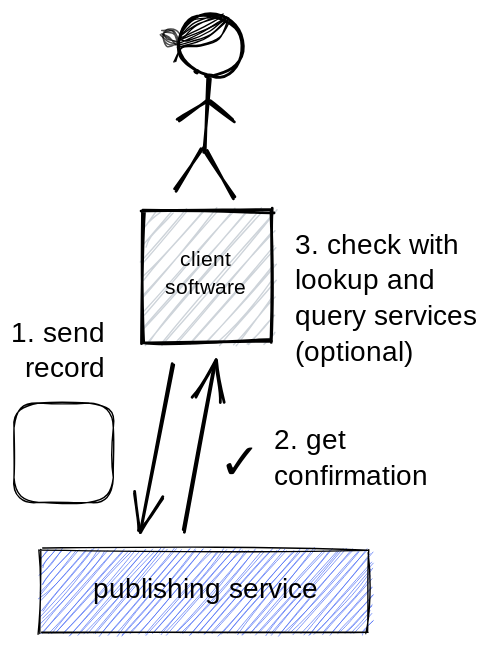
Before: images/publishing.svg, a diagram exported from Excalidraw (tkuhn/knowledge-space). Source tidied: one line per element, renumbered; positions are measured from the earlier drawing's top-left corner, leaving out a move shared by most shapes.
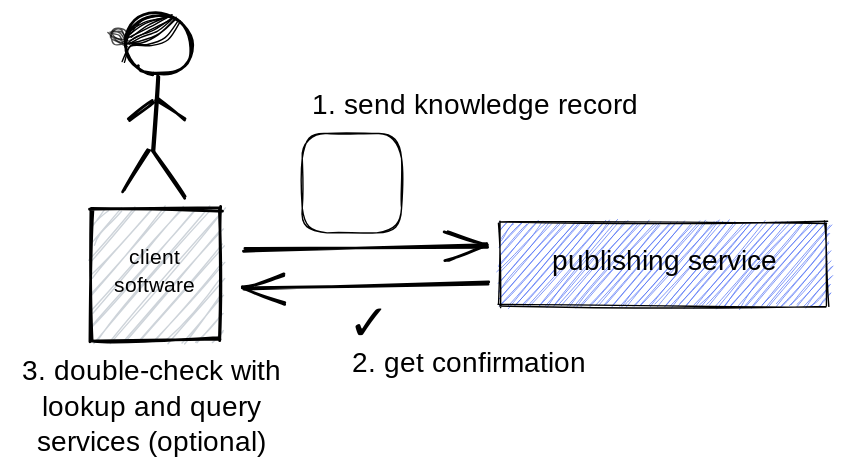
Above is the later version.

Change to the diagram source:
```diff
@@ -1,28 +1,28 @@
-{"id": 0, "type": "ellipse", "strokeColor": "#000000", "angle": 3.54, "strokeWidth": 2, "roughness": 1, "x": 117, "y": 0, "width": 47, "height": 43}
-{"id": 1, "type": "line", "strokeColor": "#000000", "backgroundColor": "#ced4da", "fillStyle": "solid", "strokeWidth": 2, "roughness": 1, "x": 139, "y": 45, "width": 2, "height": 53, "points": [[0, 0], [-2, 53]]}
-{"id": 2, "type": "line", "strokeColor": "#000000", "backgroundColor": "#ced4da", "fillStyle": "solid", "strokeWidth": 2, "roughness": 1, "x": 137, "y": 98, "width": 21, "height": 32, "points": [[0, 0], [21, 32]]}
-{"id": 3, "type": "line", "strokeColor": "#000000", "backgroundColor": "#ced4da", "fillStyle": "solid", "strokeWidth": 2, "roughness": 1, "x": 134, "y": 96, "width": 18, "height": 30, "points": [[0, 0], [-18, 30]]}
-{"id": 4, "type": "line", "strokeColor": "#000000", "backgroundColor": "#ced4da", "fillStyle": "solid", "strokeWidth": 2, "roughness": 1, "x": 118, "y": 76, "width": 19, "height": 14, "points": [[0, 0], [19, -14]]}
-{"id": 5, "type": "line", "strokeColor": "#000000", "backgroundColor": "#ced4da", "fillStyle": "solid", "strokeWidth": 2, "roughness": 1, "x": 139, "y": 62, "width": 19, "height": 14, "points": [[0, 0], [19, 14]]}
-{"id": 6, "type": "line", "strokeColor": "#000000", "strokeWidth": 1, "roughness": 1, "x": 154, "y": 4, "width": 39, "height": 29, "points": [[0, 0], [-8, 13], [-21, 19], [-33, 19], [-39, 29]]}
-{"id": 7, "type": "line", "strokeColor": "#000000", "strokeWidth": 1, "roughness": 1, "x": 152, "y": 3, "width": 34, "height": 19, "points": [[0, 0], [-11, 11], [-24, 17], [-34, 19]]}
-{"id": 8, "type": "line", "strokeColor": "#000000", "strokeWidth": 1, "roughness": 1, "x": 149, "y": 1, "width": 30, "height": 15, "points": [[0, 0], [-18, 6], [-30, 15]]}
-{"id": 9, "type": "line", "strokeColor": "#000000", "strokeWidth": 1, "roughness": 1, "x": 151, "y": 3, "width": 32, "height": 16, "points": [[0, 0], [-12, 9], [-25, 14], [-32, 16]]}
-{"id": 10, "type": "line", "strokeColor": "#000000", "strokeWidth": 1, "roughness": 1, "x": 150, "y": 2, "width": 31, "height": 15, "points": [[0, 0], [-15, 8], [-31, 15]]}
-{"id": 11, "type": "line", "strokeColor": "#000000", "strokeWidth": 1, "roughness": 1, "x": 146, "y": 1, "width": 26, "height": 13, "points": [[0, 0], [-17, 5], [-26, 13]]}
-{"id": 12, "type": "line", "strokeColor": "#000000", "strokeWidth": 1, "roughness": 1, "opacity": 70, "x": 117, "y": 22, "width": 13, "height": 11, "points": [[0, 0], [-7, -1], [-11, -5], [-9, -11], [-2, -11], [2, -5]]}
-{"id": 13, "type": "line", "strokeColor": "#000000", "strokeWidth": 1, "roughness": 1, "opacity": 70, "x": 105, "y": 14, "width": 12, "height": 6, "points": [[0, 0], [5, 5], [12, 6]]}
-{"id": 14, "type": "line", "strokeColor": "#000000", "strokeWidth": 1, "roughness": 1, "opacity": 70, "x": 107, "y": 12, "width": 10, "height": 6, "points": [[0, 0], [7, 1], [10, 6]]}
-{"id": 15, "type": "line", "strokeColor": "#000000", "strokeWidth": 1, "roughness": 1, "opacity": 70, "x": 107, "y": 14, "width": 10, "height": 6, "points": [[0, 0], [4, 3], [10, 6]]}
-{"id": 16, "type": "arrow", "strokeColor": "#000000", "strokeWidth": 2, "roughness": 1, "endArrowhead": "arrow", "from": 17, "to": 24, "x": 113, "y": 250, "width": 24, "height": 119, "points": [[0, 0], [-24, 119]]}
+{"id": 16, "type": "arrow", "strokeColor": "#000000", "strokeWidth": 2, "roughness": 1, "startArrowhead": "arrow", "from": 17, "to": 44, "x": 200, "y": 197, "width": 175, "height": 5, "points": [[0, 0], [175, -5]]}
 {"id": 17, "type": "rectangle", "strokeColor": "#000000", "backgroundColor": "#ced4da", "fillStyle": "hachure", "strokeWidth": 2, "roughness": 1, "x": 92, "y": 140, "width": 92, "height": 94}
 {"id": 18, "type": "text", "text": "client\nsoftware", "strokeColor": "#000000", "backgroundColor": "#ced4da", "fillStyle": "hachure", "strokeWidth": 2, "roughness": 1, "fontSize": 15.0, "fontFamily": 1, "textAlign": "center", "verticalAlign": "middle", "x": 104, "y": 166, "width": 66, "height": 40}
-{"id": 19, "type": "arrow", "strokeColor": "#000000", "strokeWidth": 2, "roughness": 1, "startArrowhead": "arrow", "from": 17, "to": 23, "x": 144, "y": 248, "width": 22, "height": 121, "points": [[0, 0], [-22, 121]]}
+{"id": 19, "type": "arrow", "strokeColor": "#000000", "strokeWidth": 2, "roughness": 1, "endArrowhead": "arrow", "from": 17, "to": 44, "x": 201, "y": 169, "width": 174, "height": 2, "points": [[0, 0], [174, -2]]}
-{"id": 20, "type": "text", "text": "1. send\nrecord", "strokeColor": "#000000", "strokeWidth": 1, "roughness": 1, "fontSize": 20, "fontFamily": 1, "textAlign": "right", "x": 2, "y": 216, "width": 63, "height": 51}
+{"id": 20, "type": "text", "text": "1. send knowledge record", "strokeColor": "#000000", "strokeWidth": 1, "roughness": 1, "fontSize": 20, "fontFamily": 1, "textAlign": "center", "x": 248, "y": 54, "width": 236, "height": 25}
-{"id": 21, "type": "text", "text": "2. get\nconfirmation", "strokeColor": "#000000", "strokeWidth": 1, "roughness": 1, "fontSize": 20, "fontFamily": 1, "x": 186, "y": 293, "width": 116, "height": 51}
+{"id": 21, "type": "text", "text": "2. get confirmation", "strokeColor": "#000000", "strokeWidth": 1, "roughness": 1, "fontSize": 20, "fontFamily": 1, "x": 278, "y": 239, "width": 188, "height": 25}
-{"id": 22, "type": "text", "text": "3. check with\nlookup and\nquery services\n(optional)", "strokeColor": "#000000", "strokeWidth": 1, "roughness": 1, "fontSize": 20, "fontFamily": 1, "x": 201, "y": 153, "width": 138, "height": 102}
+{"id": 22, "type": "text", "text": "3. double-check with\nlookup and query\nservices (optional)", "strokeColor": "#000000", "strokeWidth": 1, "roughness": 1, "fontSize": 20, "fontFamily": 1, "textAlign": "center", "x": 37, "y": 244, "width": 196, "height": 76}
-{"id": 23, "type": "rectangle", "strokeColor": "transparent", "backgroundColor": "#ffffff", "fillStyle": "solid", "strokeWidth": 1, "roughness": 1, "x": 20, "y": 385, "width": 234, "height": 59}
-{"id": 24, "type": "rectangle", "strokeColor": "#000000", "backgroundColor": "#4c6ef5", "fillStyle": "hachure", "strokeWidth": 1, "roughness": 1, "x": 19, "y": 383, "width": 234, "height": 59}
+{"id": 28, "type": "ellipse", "strokeColor": "#000000", "angle": 3.54, "strokeWidth": 2, "roughness": 1, "x": 117, "y": 1, "width": 47, "height": 43}
+{"id": 29, "type": "line", "strokeColor": "#000000", "backgroundColor": "#ced4da", "fillStyle": "solid", "strokeWidth": 2, "roughness": 1, "x": 139, "y": 46, "width": 2, "height": 53, "points": [[0, 0], [-2, 53]]}
+{"id": 30, "type": "line", "strokeColor": "#000000", "backgroundColor": "#ced4da", "fillStyle": "solid", "strokeWidth": 2, "roughness": 1, "x": 137, "y": 100, "width": 21, "height": 32, "points": [[0, 0], [21, 32]]}
+{"id": 31, "type": "line", "strokeColor": "#000000", "backgroundColor": "#ced4da", "fillStyle": "solid", "strokeWidth": 2, "roughness": 1, "x": 134, "y": 97, "width": 18, "height": 30, "points": [[0, 0], [-18, 30]]}
+{"id": 32, "type": "line", "strokeColor": "#000000", "backgroundColor": "#ced4da", "fillStyle": "solid", "strokeWidth": 2, "roughness": 1, "x": 118, "y": 77, "width": 19, "height": 14, "points": [[0, 0], [19, -14]]}
+{"id": 33, "type": "line", "strokeColor": "#000000", "backgroundColor": "#ced4da", "fillStyle": "solid", "strokeWidth": 2, "roughness": 1, "x": 138, "y": 63, "width": 19, "height": 14, "points": [[0, 0], [19, 14]]}
+{"id": 34, "type": "line", "strokeColor": "#000000", "strokeWidth": 1, "roughness": 1, "x": 154, "y": 5, "width": 39, "height": 29, "points": [[0, 0], [-8, 13], [-21, 19], [-33, 19], [-39, 29]]}
+{"id": 35, "type": "line", "strokeColor": "#000000", "strokeWidth": 1, "roughness": 1, "x": 152, "y": 4, "width": 34, "height": 19, "points": [[0, 0], [-11, 11], [-24, 17], [-34, 19]]}
+{"id": 36, "type": "line", "strokeColor": "#000000", "strokeWidth": 1, "roughness": 1, "x": 149, "y": 2, "width": 30, "height": 15, "points": [[0, 0], [-18, 6], [-30, 15]]}
+{"id": 37, "type": "line", "strokeColor": "#000000", "strokeWidth": 1, "roughness": 1, "x": 151, "y": 4, "width": 32, "height": 16, "points": [[0, 0], [-12, 9], [-25, 14], [-32, 16]]}
+{"id": 38, "type": "line", "strokeColor": "#000000", "strokeWidth": 1, "roughness": 1, "x": 150, "y": 3, "width": 31, "height": 15, "points": [[0, 0], [-15, 8], [-31, 15]]}
+{"id": 39, "type": "line", "strokeColor": "#000000", "strokeWidth": 1, "roughness": 1, "x": 146, "y": 2, "width": 26, "height": 13, "points": [[0, 0], [-17, 5], [-26, 13]]}
+{"id": 40, "type": "line", "strokeColor": "#000000", "strokeWidth": 1, "roughness": 1, "opacity": 70, "x": 117, "y": 23, "width": 13, "height": 11, "points": [[0, 0], [-7, -1], [-11, -5], [-9, -11], [-2, -11], [2, -5]]}
+{"id": 41, "type": "line", "strokeColor": "#000000", "strokeWidth": 1, "roughness": 1, "opacity": 70, "x": 105, "y": 15, "width": 12, "height": 6, "points": [[0, 0], [5, 5], [12, 6]]}
+{"id": 42, "type": "line", "strokeColor": "#000000", "strokeWidth": 1, "roughness": 1, "opacity": 70, "x": 106, "y": 13, "width": 10, "height": 6, "points": [[0, 0], [7, 1], [10, 6]]}
+{"id": 43, "type": "line", "strokeColor": "#000000", "strokeWidth": 1, "roughness": 1, "opacity": 70, "x": 107, "y": 15, "width": 10, "height": 6, "points": [[0, 0], [4, 3], [10, 6]]}
+{"id": 44, "type": "rectangle", "strokeColor": "transparent", "backgroundColor": "#ffffff", "fillStyle": "solid", "strokeWidth": 1, "roughness": 1, "x": 384, "y": 152, "width": 234, "height": 59}
+{"id": 45, "type": "rectangle", "strokeColor": "#000000", "backgroundColor": "#4c6ef5", "fillStyle": "hachure", "strokeWidth": 1, "roughness": 1, "x": 384, "y": 150, "width": 234, "height": 59}
-{"id": 25, "type": "text", "text": "publishing service", "strokeColor": "#000000", "backgroundColor": "#228be6", "fillStyle": "solid", "strokeWidth": 1, "roughness": 1, "fontSize": 20, "fontFamily": 1, "textAlign": "center", "x": 56, "y": 399, "width": 162, "height": 26}
+{"id": 25, "type": "text", "text": "publishing service", "strokeColor": "#000000", "backgroundColor": "#228be6", "fillStyle": "solid", "strokeWidth": 1, "roughness": 1, "fontSize": 20, "fontFamily": 1, "textAlign": "center", "x": 420, "y": 166, "width": 162, "height": 26}
-{"id": 26, "type": "rectangle", "strokeColor": "#000000", "backgroundColor": "#ffffff", "fillStyle": "solid", "strokeWidth": 1, "roughness": 1, "x": 0, "y": 278, "width": 71, "height": 71}
+{"id": 46, "type": "rectangle", "strokeColor": "#000000", "backgroundColor": "#ffffff", "fillStyle": "solid", "strokeWidth": 1, "roughness": 1, "x": 243, "y": 86, "width": 71, "height": 71}
-{"id": 27, "type": "text", "text": "✓", "strokeColor": "#000000", "backgroundColor": "#000", "fillStyle": "hachure", "strokeWidth": 1, "roughness": 1, "fontSize": 36, "fontFamily": 1, "x": 147, "y": 299, "width": 31, "height": 46}
+{"id": 27, "type": "text", "text": "✓", "strokeColor": "#000000", "backgroundColor": "#000", "fillStyle": "hachure", "strokeWidth": 1, "roughness": 1, "fontSize": 36, "fontFamily": 1, "x": 275, "y": 201, "width": 31, "height": 46}
```
